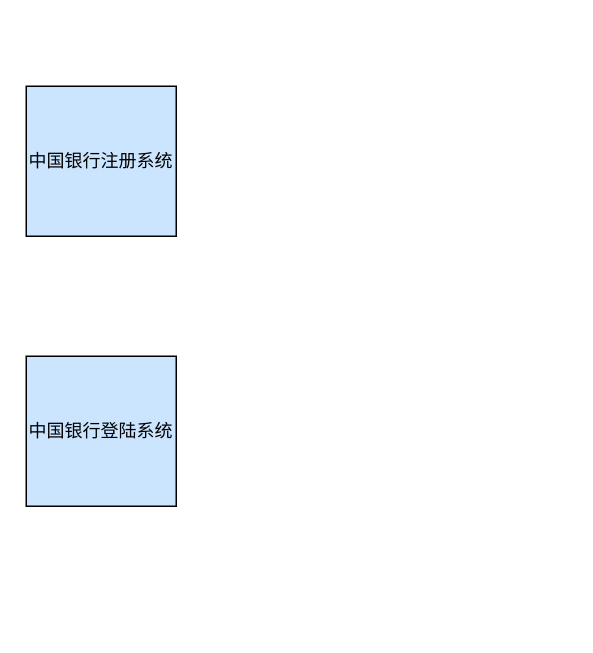
Above: 整体架构图.drawio in Foward-Fu/Demo (draw.io), before the change. Source tidied: cells renumbered, new cells numbered last; positions are measured from the earlier drawing's top-left corner, leaving out a move shared by most shapes. Both pictures are drawn from the tidied source at 150%, with x=0, y=0 at pixel (26, 86).
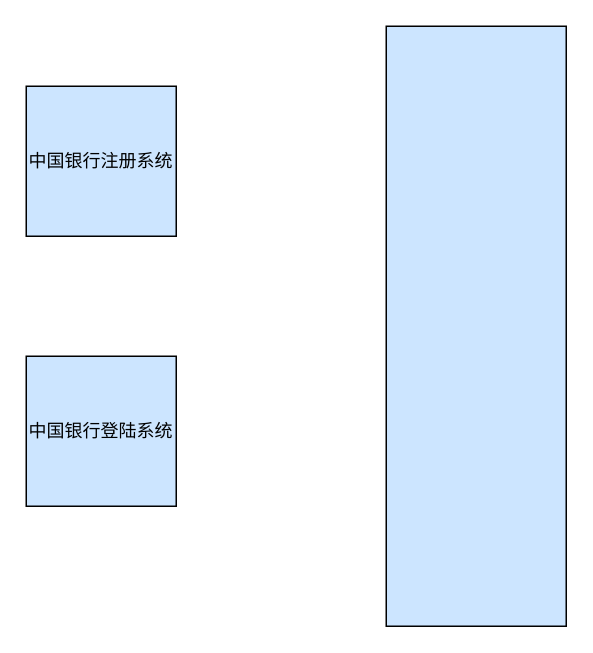
After the change.

Commit message (it also covers changes not shown here):
更新整体架构图.drawio

The edit, as a diff of the source:
```diff
@@
 <mxGraphModel>
   <root>
     <mxCell id="0" />
     <mxCell id="1" parent="0" />
     <mxCell id="2" value="中国银行注册系统" style="rounded=0;whiteSpace=wrap;html=1;fillColor=#CCE5FF;" parent="1" vertex="1">
       <mxGeometry width="100" height="100" as="geometry" />
     </mxCell>
     <mxCell id="3" value="中国银行登陆系统" style="rounded=0;whiteSpace=wrap;html=1;fillColor=#CCE5FF;" parent="1" vertex="1">
       <mxGeometry y="180" width="100" height="100" as="geometry" />
     </mxCell>
+    <mxCell id="4" style="rounded=0;whiteSpace=wrap;html=1;fillColor=#CCE5FF;" parent="1" vertex="1">
+      <mxGeometry x="240" y="-40" width="120" height="400" as="geometry" />
+    </mxCell>
   </root>
 </mxGraphModel>
```
